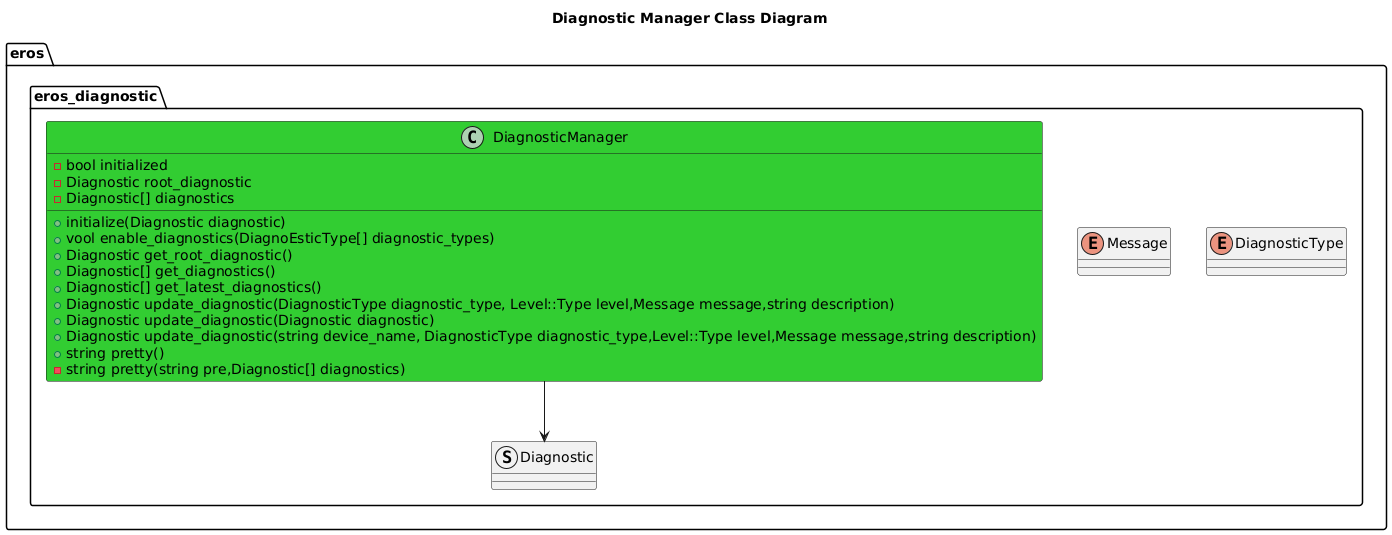
Above: include/eros_diagnostic/doc/output/DiagnosticManagerClassDiagram.png in fastrobotics/eros (PlantUML), before the change.
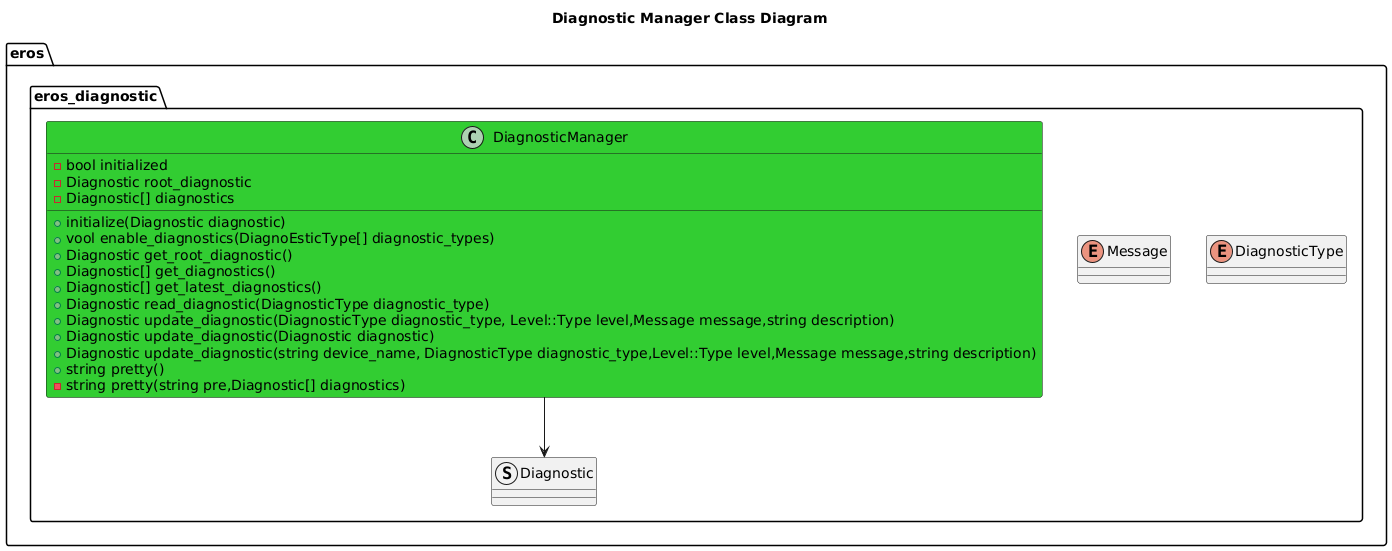
After the change.

Commit message:
Add API for reading Diagnostic Type, convert geometry_msgs/Twist (#268)

Diff of the diagram source:
```diff
@@ -12,6 +12,7 @@
         +Diagnostic get_root_diagnostic()
         +Diagnostic[] get_diagnostics()
         +Diagnostic[] get_latest_diagnostics()
+        +Diagnostic read_diagnostic(DiagnosticType diagnostic_type)
         +Diagnostic update_diagnostic(DiagnosticType diagnostic_type, Level::Type level,Message message,string description)
         +Diagnostic update_diagnostic(Diagnostic diagnostic)
         +Diagnostic update_diagnostic(string device_name, DiagnosticType diagnostic_type,Level::Type level,Message message,string description)
```
